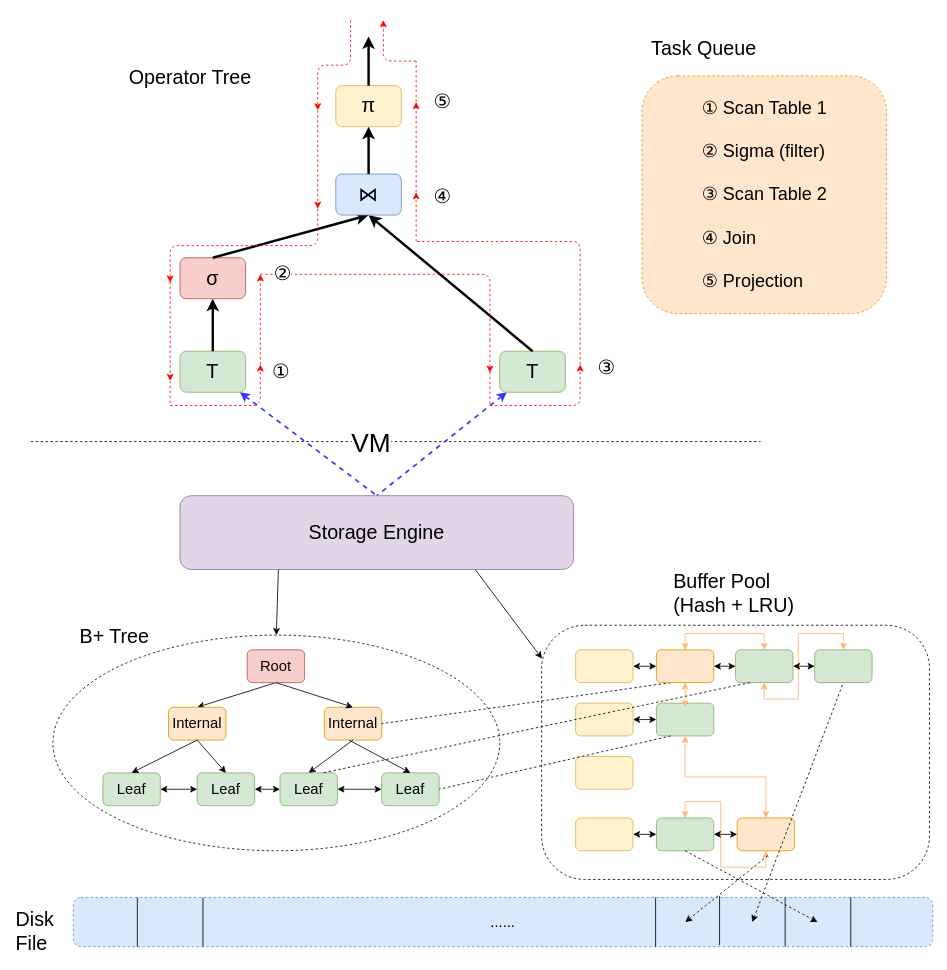
The draw.io diagram doc/xjbDB.drawio in rsy56640/xjbDB, before the edit. Source tidied: cells renumbered, new cells numbered last; positions are measured from the earlier drawing's top-left corner, leaving out a move shared by most shapes. Both pictures are drawn from the tidied source at 82%, with x=0, y=0 at pixel (14, 20).
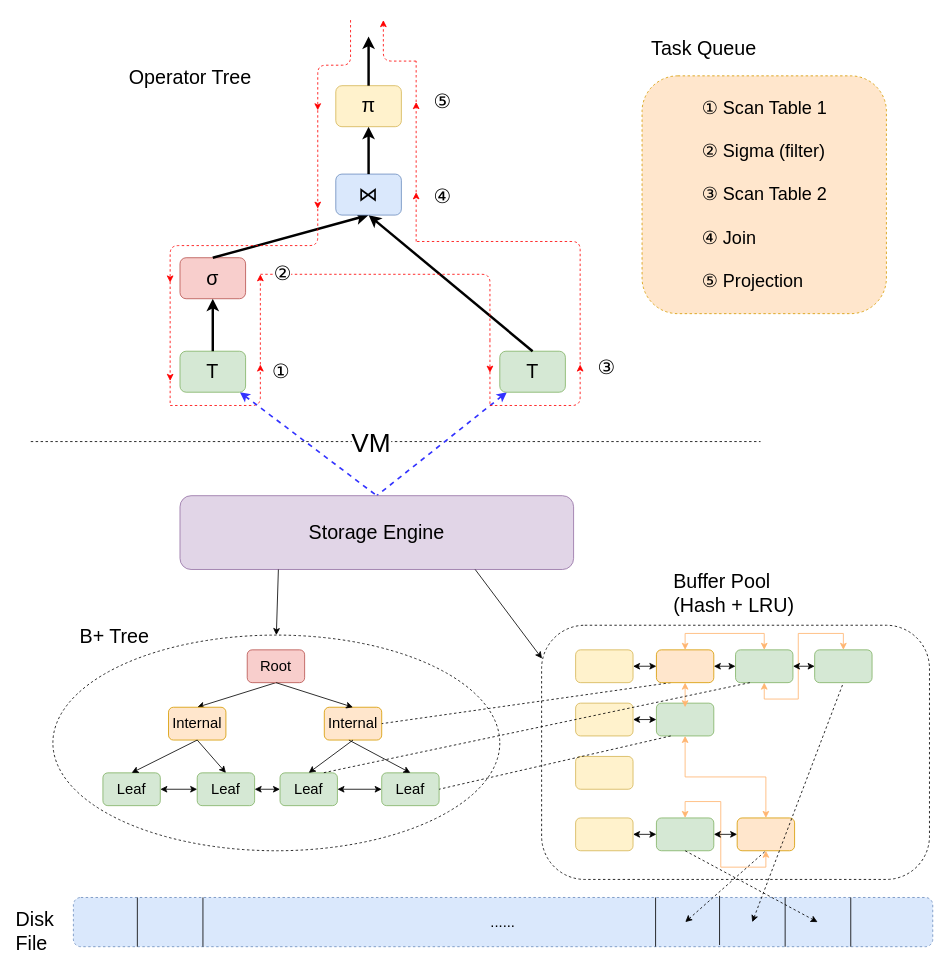
The same diagram, later.

The change refers to these unchanged cells:
```xml
<mxCell id="59" style="rounded=1;whiteSpace=wrap;html=1;fontSize=18;fillColor=#ffe6cc;strokeColor=#d79b00;" parent="1" vertex="1">
  <mxGeometry x="881.5" y="973" width="70" height="40" as="geometry" />
</mxCell>
<mxCell id="65" value="......" style="rounded=1;whiteSpace=wrap;html=1;dashed=1;fillColor=#dae8fc;fontSize=18;strokeColor=#6c8ebf;" parent="1" vertex="1">
  <mxGeometry x="72" y="1070" width="1048" height="60" as="geometry" />
</mxCell>
```

Diff of the diagram source:
```diff
@@
-    <mxCell id="72" style="endArrow=none;html=1;strokeColor=#000000;strokeWidth=1;fontSize=18;exitX=0.712;exitY=0.5;exitDx=0;exitDy=0;exitPerimeter=0;endFill=0;startArrow=classic;startFill=1;dashed=1;" parent="1" edge="1" source="65">
-      <mxGeometry relative="1" as="geometry">
-        <mxPoint x="920" y="1018" as="targetPoint" />
-      </mxGeometry>
+    <mxCell id="72" style="endArrow=none;html=1;strokeColor=#000000;strokeWidth=1;fontSize=18;exitX=0.712;exitY=0.5;exitDx=0;exitDy=0;exitPerimeter=0;endFill=0;startArrow=classic;startFill=1;dashed=1;entryX=0.5;entryY=1;entryDx=0;entryDy=0;" parent="1" edge="1" source="65" target="59">
+      <mxGeometry relative="1" as="geometry" />
     </mxCell>
```
